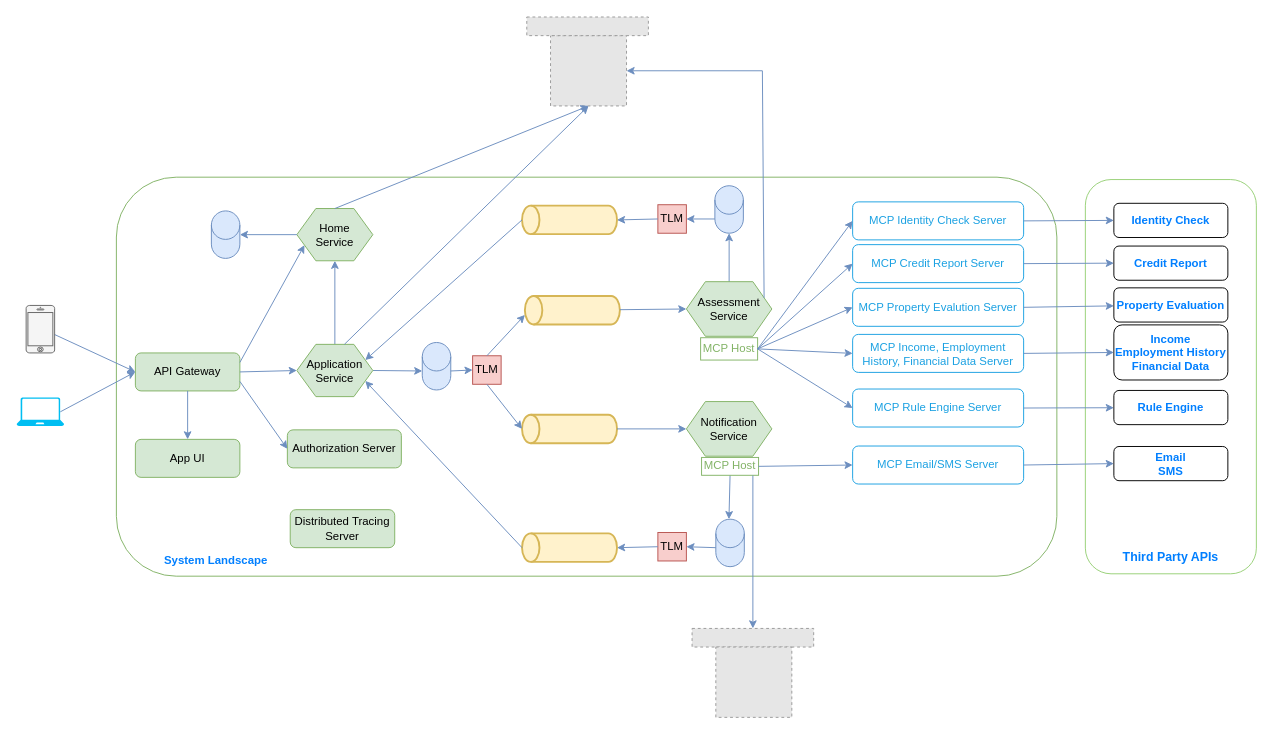
Before: 02-architecture/02-logical-components-docker.drawio in huynm20051990/loan-origination-system, a draw.io diagram. Source tidied: cells renumbered, new cells numbered last; positions are measured from the earlier drawing's top-left corner, leaving out a move shared by most shapes. Both pictures are drawn from the tidied source at 95%, with x=0, y=0 at pixel (16, 16). Pictures stored in the file or linked from it are replaced by grey dashed boxes.
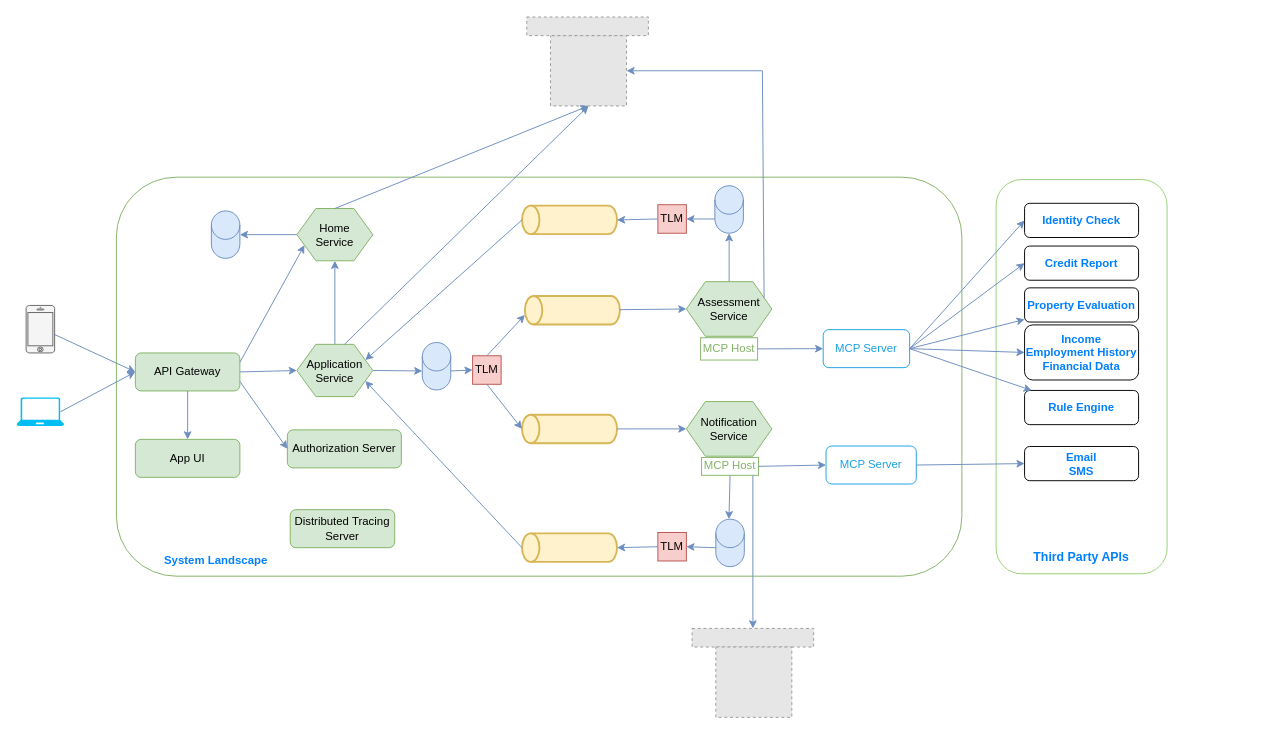
The same diagram, later.

Commit message (it also covers changes not shown here):
Modify MCP Servers High Level Design diagram

Unchanged cells that the change refers to:
```xml
<mxCell id="57" value="MCP Host" style="text;html=1;whiteSpace=wrap;strokeColor=#82B366;fillColor=#FFFFFF;align=center;verticalAlign=middle;rounded=0;fontColor=#82B366;" parent="1" vertex="1">
  <mxGeometry x="720" y="338" width="60" height="23.5" as="geometry" />
</mxCell>
```

Change to the diagram source:
```diff
@@
     <mxCell id="2" style="rounded=1;whiteSpace=wrap;html=1;fillColor=#FFFFFF;strokeColor=#82b366;" parent="1" vertex="1">
-      <mxGeometry x="105" y="169" width="990" height="420" as="geometry" />
+      <mxGeometry x="105" y="169" width="890" height="420" as="geometry" />
     </mxCell>
@@
     <mxCell id="48" style="rounded=1;whiteSpace=wrap;html=1;strokeColor=#97D077;" parent="1" vertex="1">
-      <mxGeometry x="1125" y="171.5" width="180" height="415" as="geometry" />
+      <mxGeometry x="1031" y="171.5" width="180" height="415" as="geometry" />
     </mxCell>
     <mxCell id="49" value="Third Party APIs" style="text;html=1;whiteSpace=wrap;strokeColor=none;fillColor=none;align=center;verticalAlign=middle;rounded=0;fontStyle=1;fontColor=#007FFF;fontSize=13;" parent="1" vertex="1">
-      <mxGeometry x="1155" y="552.5" width="120" height="30" as="geometry" />
+      <mxGeometry x="1061" y="552.5" width="120" height="30" as="geometry" />
     </mxCell>
     <mxCell id="50" value="Identity Check" style="rounded=1;whiteSpace=wrap;html=1;fontColor=#007FFF;fontStyle=1;" parent="1" vertex="1">
-      <mxGeometry x="1155" y="196.5" width="120" height="36" as="geometry" />
+      <mxGeometry x="1061" y="196.5" width="120" height="36" as="geometry" />
     </mxCell>
     <mxCell id="51" value="Credit Report" style="rounded=1;whiteSpace=wrap;html=1;fontColor=#007FFF;fontStyle=1;" parent="1" vertex="1">
-      <mxGeometry x="1155" y="241.5" width="120" height="36" as="geometry" />
+      <mxGeometry x="1061" y="241.5" width="120" height="36" as="geometry" />
     </mxCell>
     <mxCell id="52" value="Property Evaluation" style="rounded=1;whiteSpace=wrap;html=1;fontColor=#007FFF;fontStyle=1;" parent="1" vertex="1">
-      <mxGeometry x="1155" y="285.5" width="120" height="36" as="geometry" />
+      <mxGeometry x="1061" y="285.5" width="120" height="36" as="geometry" />
     </mxCell>
     <mxCell id="53" value="Income&lt;br&gt;Employment History&lt;br&gt;Financial Data" style="rounded=1;whiteSpace=wrap;html=1;fontColor=#007FFF;fontStyle=1;" parent="1" vertex="1">
-      <mxGeometry x="1155" y="324.5" width="120" height="58" as="geometry" />
+      <mxGeometry x="1061" y="324.5" width="120" height="58" as="geometry" />
     </mxCell>
     <mxCell id="54" value="Email&lt;br&gt;SMS" style="rounded=1;whiteSpace=wrap;html=1;fontColor=#007FFF;fontStyle=1;" parent="1" vertex="1">
-      <mxGeometry x="1155" y="452.5" width="120" height="36" as="geometry" />
+      <mxGeometry x="1061" y="452.5" width="120" height="36" as="geometry" />
     </mxCell>
     <mxCell id="55" value="Rule Engine" style="rounded=1;whiteSpace=wrap;html=1;fontColor=#007FFF;fontStyle=1;" parent="1" vertex="1">
-      <mxGeometry x="1155" y="393.5" width="120" height="36" as="geometry" />
+      <mxGeometry x="1061" y="393.5" width="120" height="36" as="geometry" />
     </mxCell>
-    <mxCell id="56" value="MCP Identity Check Server" style="rounded=1;whiteSpace=wrap;html=1;strokeColor=#1BA1E2;fontColor=#1BA1E2;" parent="1" vertex="1">
-      <mxGeometry x="880" y="195" width="180" height="40" as="geometry" />
-    </mxCell>
@@
-    <mxCell id="60" value="MCP Credit Report Server" style="rounded=1;whiteSpace=wrap;html=1;strokeColor=#1BA1E2;fontColor=#1BA1E2;" parent="1" vertex="1">
-      <mxGeometry x="880" y="240" width="180" height="40" as="geometry" />
-    </mxCell>
-    <mxCell id="61" value="MCP Property Evalution Server" style="rounded=1;whiteSpace=wrap;html=1;strokeColor=#1BA1E2;fontColor=#1BA1E2;" parent="1" vertex="1">
-      <mxGeometry x="880" y="286" width="180" height="40" as="geometry" />
-    </mxCell>
-    <mxCell id="62" value="MCP Income, Employment History, Financial Data Server" style="rounded=1;whiteSpace=wrap;html=1;strokeColor=#1BA1E2;fontColor=#1BA1E2;" parent="1" vertex="1">
-      <mxGeometry x="880" y="334.5" width="180" height="40" as="geometry" />
+    <mxCell id="62" value="MCP Server" style="rounded=1;whiteSpace=wrap;html=1;strokeColor=#1BA1E2;fontColor=#1BA1E2;" parent="1" vertex="1">
+      <mxGeometry x="849" y="329.5" width="91" height="40" as="geometry" />
     </mxCell>
-    <mxCell id="63" value="MCP Rule Engine Server" style="rounded=1;whiteSpace=wrap;html=1;strokeColor=#1BA1E2;fontColor=#1BA1E2;" parent="1" vertex="1">
-      <mxGeometry x="880" y="392" width="180" height="40" as="geometry" />
-    </mxCell>
-    <mxCell id="64" value="MCP Email/SMS Server" style="rounded=1;whiteSpace=wrap;html=1;strokeColor=#1BA1E2;fontColor=#1BA1E2;" parent="1" vertex="1">
-      <mxGeometry x="880" y="452" width="180" height="40" as="geometry" />
+    <mxCell id="64" value="MCP Server" style="rounded=1;whiteSpace=wrap;html=1;strokeColor=#1BA1E2;fontColor=#1BA1E2;" parent="1" vertex="1">
+      <mxGeometry x="852" y="452" width="95" height="40" as="geometry" />
     </mxCell>
-    <mxCell id="65" style="endArrow=classic;html=1;rounded=0;entryX=0;entryY=0.5;entryDx=0;entryDy=0;exitX=1;exitY=0.5;exitDx=0;exitDy=0;fillColor=#dae8fc;strokeColor=#6c8ebf;" parent="1" edge="1" source="57" target="56">
-      <mxGeometry relative="1" as="geometry" />
-    </mxCell>
-    <mxCell id="66" style="endArrow=classic;html=1;rounded=0;entryX=0;entryY=0.5;entryDx=0;entryDy=0;exitX=1;exitY=0.5;exitDx=0;exitDy=0;fillColor=#dae8fc;strokeColor=#6c8ebf;" parent="1" edge="1" source="57" target="60">
-      <mxGeometry relative="1" as="geometry" />
-    </mxCell>
-    <mxCell id="67" style="endArrow=classic;html=1;rounded=0;entryX=0;entryY=0.5;entryDx=0;entryDy=0;exitX=1;exitY=0.5;exitDx=0;exitDy=0;fillColor=#dae8fc;strokeColor=#6c8ebf;" parent="1" edge="1" source="57" target="61">
-      <mxGeometry relative="1" as="geometry" />
-    </mxCell>
@@
-    <mxCell id="69" style="endArrow=classic;html=1;rounded=0;exitX=1;exitY=0.5;exitDx=0;exitDy=0;fillColor=#dae8fc;strokeColor=#6c8ebf;entryX=0;entryY=0.5;entryDx=0;entryDy=0;" parent="1" edge="1" source="57" target="63">
-      <mxGeometry relative="1" as="geometry" />
-    </mxCell>
@@
-    <mxCell id="71" style="endArrow=classic;html=1;rounded=0;entryX=0;entryY=0.5;entryDx=0;entryDy=0;exitX=1;exitY=0.5;exitDx=0;exitDy=0;fillColor=#dae8fc;strokeColor=#6c8ebf;" parent="1" edge="1" source="56" target="50">
+    <mxCell id="71" style="endArrow=classic;html=1;rounded=0;entryX=0;entryY=0.5;entryDx=0;entryDy=0;exitX=1;exitY=0.5;exitDx=0;exitDy=0;fillColor=#dae8fc;strokeColor=#6c8ebf;" parent="1" edge="1" source="62" target="50">
       <mxGeometry relative="1" as="geometry" />
     </mxCell>
-    <mxCell id="72" style="endArrow=classic;html=1;rounded=0;entryX=0;entryY=0.5;entryDx=0;entryDy=0;exitX=1;exitY=0.5;exitDx=0;exitDy=0;fillColor=#dae8fc;strokeColor=#6c8ebf;" parent="1" edge="1" source="60" target="51">
+    <mxCell id="72" style="endArrow=classic;html=1;rounded=0;entryX=0;entryY=0.5;entryDx=0;entryDy=0;exitX=1;exitY=0.5;exitDx=0;exitDy=0;fillColor=#dae8fc;strokeColor=#6c8ebf;" parent="1" edge="1" source="62" target="51">
       <mxGeometry relative="1" as="geometry" />
     </mxCell>
-    <mxCell id="73" style="endArrow=classic;html=1;rounded=0;exitX=1;exitY=0.5;exitDx=0;exitDy=0;fillColor=#dae8fc;strokeColor=#6c8ebf;" parent="1" edge="1" source="61" target="52">
+    <mxCell id="73" style="endArrow=classic;html=1;rounded=0;exitX=1;exitY=0.5;exitDx=0;exitDy=0;fillColor=#dae8fc;strokeColor=#6c8ebf;" parent="1" edge="1" source="62" target="52">
       <mxGeometry relative="1" as="geometry" />
     </mxCell>
@@
-    <mxCell id="75" style="endArrow=classic;html=1;rounded=0;exitX=1;exitY=0.5;exitDx=0;exitDy=0;fillColor=#dae8fc;strokeColor=#6c8ebf;" parent="1" edge="1" source="63" target="55">
+    <mxCell id="75" style="endArrow=classic;html=1;rounded=0;exitX=1;exitY=0.5;exitDx=0;exitDy=0;fillColor=#dae8fc;strokeColor=#6c8ebf;" parent="1" edge="1" source="62" target="55">
       <mxGeometry relative="1" as="geometry" />
     </mxCell>
```
